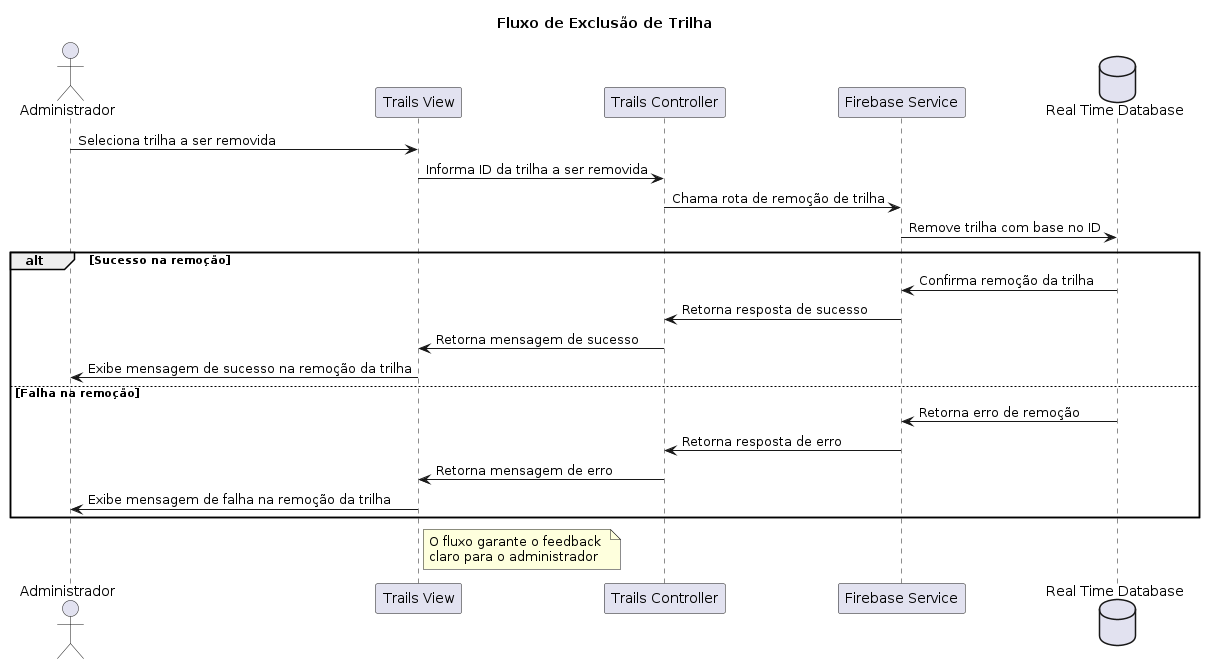
Earlier version of the PlantUML export docs/diagrams/out/sequence_diagrams/pe_na_pedra_sequence_diagram_3.png (tiagors09/pe_na_pedra). Source of this version:
```plantuml
@startuml pe_na_pedra_sequence_diagram_3

title Fluxo de Exclusão de Trilha

actor Administrador as adm

participant "Trails View" as trailsView
participant "Trails Controller" as trailsController
participant "Firebase Service" as firebase
database "Real Time Database" as realTimeDatabase

adm -> trailsView : Seleciona trilha a ser removida
trailsView -> trailsController : Informa ID da trilha a ser removida
trailsController -> firebase : Chama rota de remoção de trilha
firebase -> realTimeDatabase : Remove trilha com base no ID

alt Sucesso na remoção
  realTimeDatabase -> firebase: Confirma remoção da trilha
  firebase -> trailsController : Retorna resposta de sucesso
  trailsController -> trailsView : Retorna mensagem de sucesso
  trailsView -> adm : Exibe mensagem de sucesso na remoção da trilha
else Falha na remoção
  realTimeDatabase -> firebase : Retorna erro de remoção
  firebase -> trailsController : Retorna resposta de erro
  trailsController -> trailsView : Retorna mensagem de erro
  trailsView -> adm : Exibe mensagem de falha na remoção da trilha
end

note right of trailsView
  O fluxo garante o feedback
  claro para o administrador
end note

@enduml
```
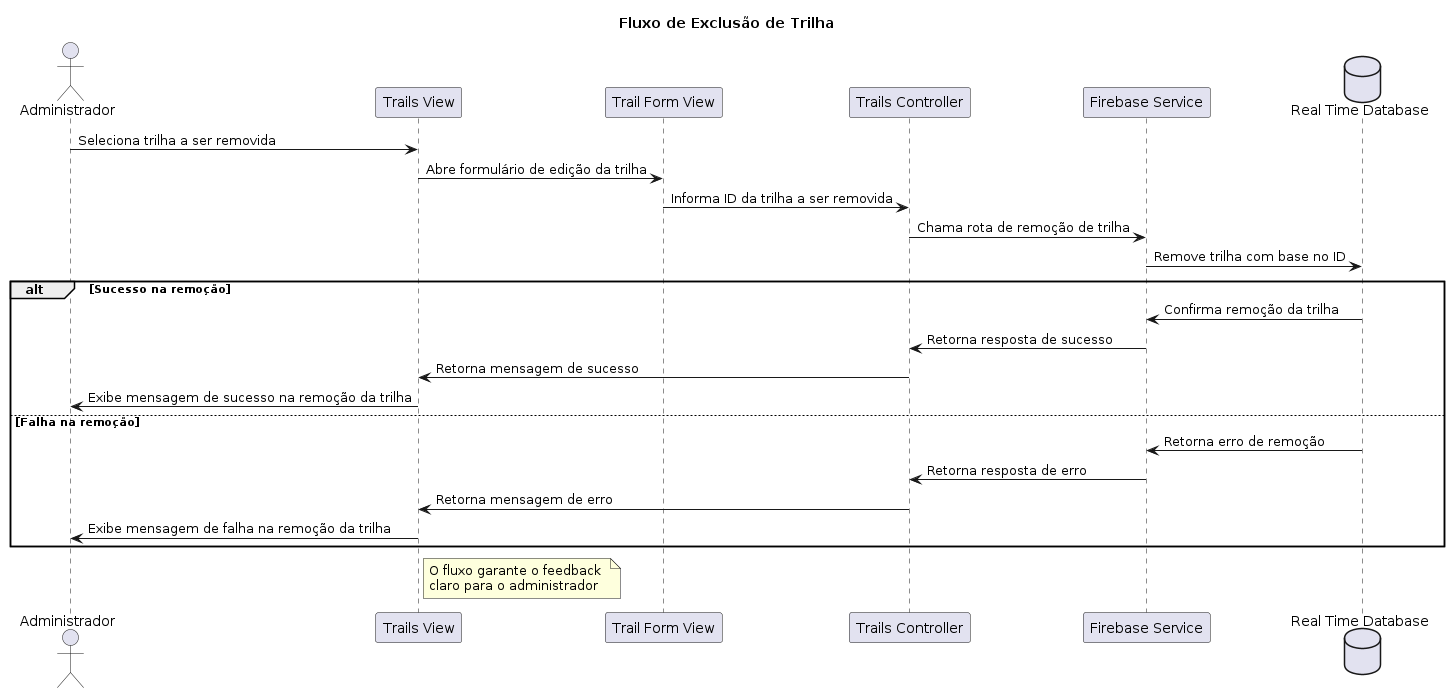
The same file after the commit.

Commit message:
docs: :memo: export sequence diagram 3 to png

The edit, as a diff of the source:
```diff
@@ -5,12 +5,14 @@
 actor Administrador as adm
 
 participant "Trails View" as trailsView
+participant "Trail Form View" as trailFormView
 participant "Trails Controller" as trailsController
 participant "Firebase Service" as firebase
 database "Real Time Database" as realTimeDatabase
 
 adm -> trailsView : Seleciona trilha a ser removida
-trailsView -> trailsController : Informa ID da trilha a ser removida
+trailsView -> trailFormView : Abre formulário de edição da trilha
+trailFormView -> trailsController : Informa ID da trilha a ser removida
 trailsController -> firebase : Chama rota de remoção de trilha
 firebase -> realTimeDatabase : Remove trilha com base no ID
 
```
